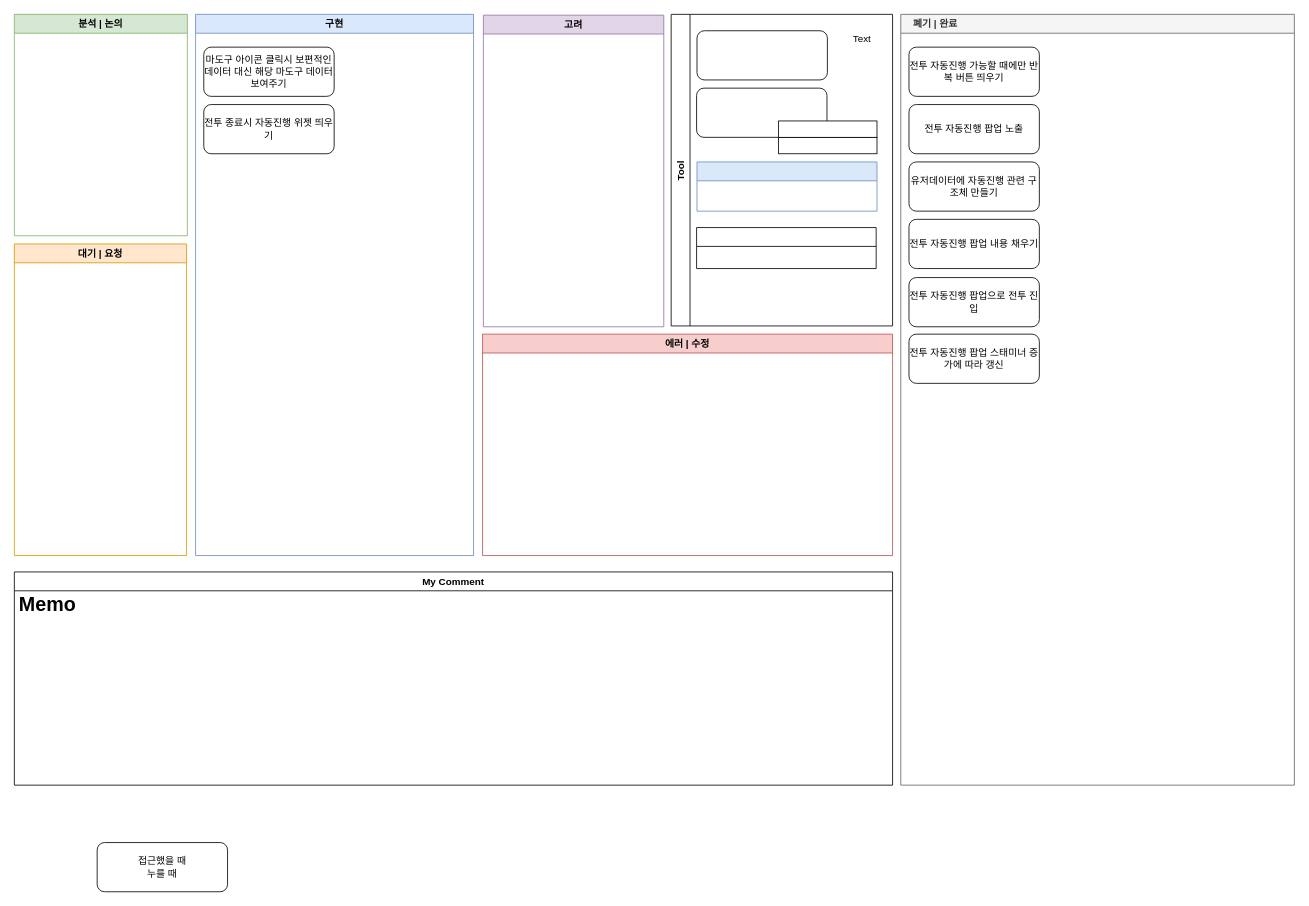
The draw.io diagram 스테이지 자동진행 진행상황.drawio in Endorr/Job-Board, before the edit. Source tidied: cells renumbered, new cells numbered last; positions are measured from the earlier drawing's top-left corner, leaving out a move shared by most shapes. Both pictures are drawn from the tidied source at 82%, with x=0, y=0 at pixel (14, 14).
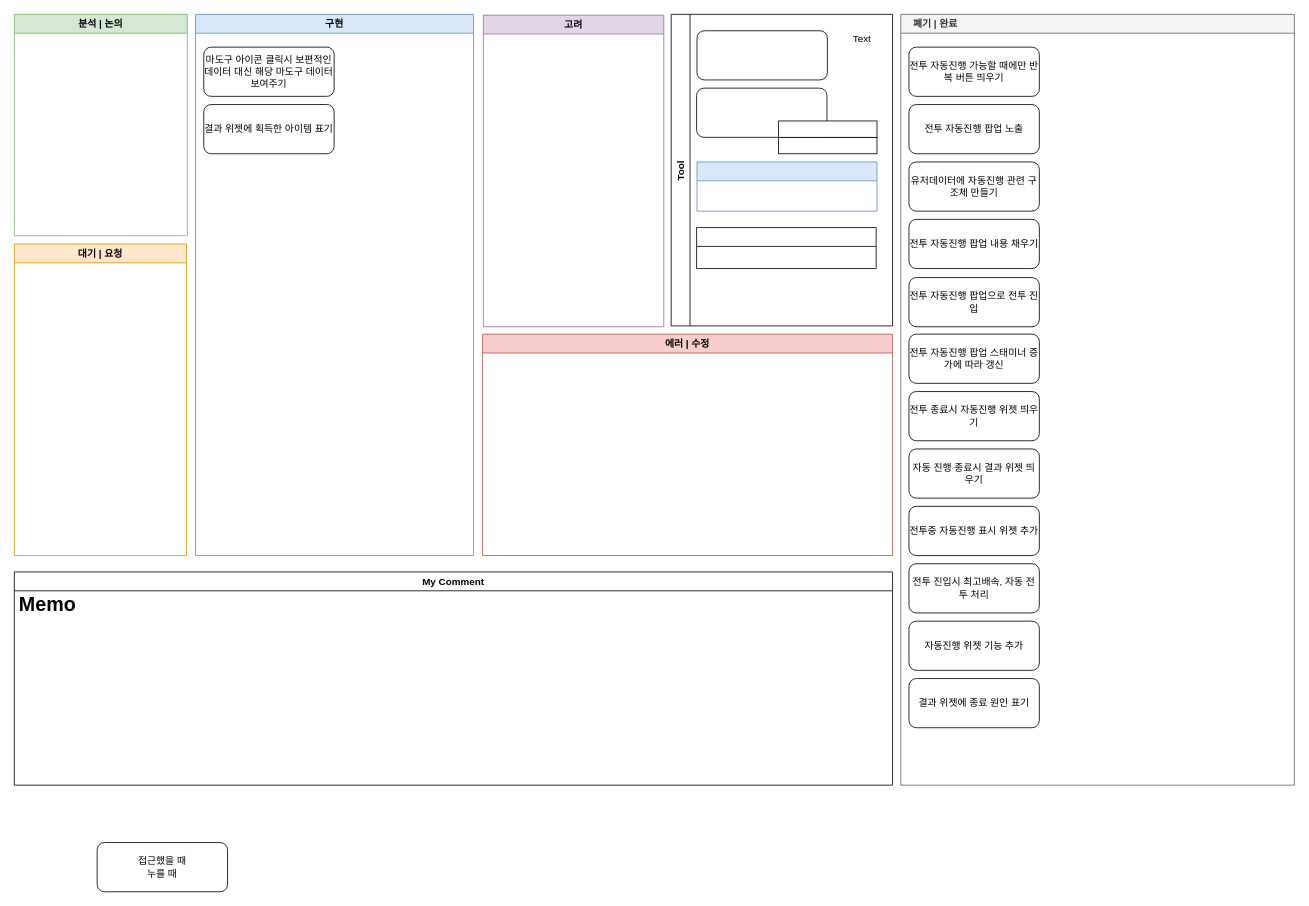
The same page after the edit.

Commit message:
Update 스테이지 자동진행 진행상황.drawio

The change refers to these unchanged cells:
```xml
<mxCell id="2" value="구현" style="swimlane;fillColor=#dae8fc;strokeColor=#6c8ebf;" parent="1" vertex="1">
  <mxGeometry x="221" width="339" height="660" as="geometry" />
</mxCell>
<mxCell id="9" value="    폐기 | 완료" style="swimlane;strokeColor=#666666;fillColor=#f5f5f5;fontColor=#333333;align=left;" parent="1" vertex="1">
  <mxGeometry x="1081" width="480" height="940" as="geometry" />
</mxCell>
```

Diff of the diagram source:
```diff
@@
-    <mxCell id="4" value="전투 종료시 자동진행 위젯 띄우기" style="rounded=1;whiteSpace=wrap;html=1;" parent="2" vertex="1">
-      <mxGeometry x="10" y="110" width="159" height="60" as="geometry" />
-    </mxCell>
+    <mxCell id="28" value="결과 위젯에 획득한 아이템 표기" style="rounded=1;whiteSpace=wrap;html=1;" parent="2" vertex="1">
+      <mxGeometry x="10" y="110" width="159" height="60" as="geometry" />
+    </mxCell>
@@
+    <mxCell id="4" value="전투 종료시 자동진행 위젯 띄우기" style="rounded=1;whiteSpace=wrap;html=1;" parent="9" vertex="1">
+      <mxGeometry x="10" y="460" width="159" height="60" as="geometry" />
+    </mxCell>
+    <mxCell id="29" value="자동 진행 종료시 결과 위젯 띄우기" style="rounded=1;whiteSpace=wrap;html=1;" parent="9" vertex="1">
+      <mxGeometry x="10" y="530" width="159" height="60" as="geometry" />
+    </mxCell>
+    <mxCell id="30" value="전투중 자동진행 표시 위젯 추가" style="rounded=1;whiteSpace=wrap;html=1;" parent="9" vertex="1">
+      <mxGeometry x="10" y="600" width="159" height="60" as="geometry" />
+    </mxCell>
+    <mxCell id="31" value="전투 진입시 최고배속, 자동 전투 처리" style="rounded=1;whiteSpace=wrap;html=1;" parent="9" vertex="1">
+      <mxGeometry x="10" y="670" width="159" height="60" as="geometry" />
+    </mxCell>
+    <mxCell id="32" value="자동진행 위젯 기능 추가" style="rounded=1;whiteSpace=wrap;html=1;" parent="9" vertex="1">
+      <mxGeometry x="10" y="740" width="159" height="60" as="geometry" />
+    </mxCell>
+    <mxCell id="33" value="결과 위젯에 종료 원인 표기" style="rounded=1;whiteSpace=wrap;html=1;" parent="9" vertex="1">
+      <mxGeometry x="10" y="810" width="159" height="60" as="geometry" />
+    </mxCell>
```
